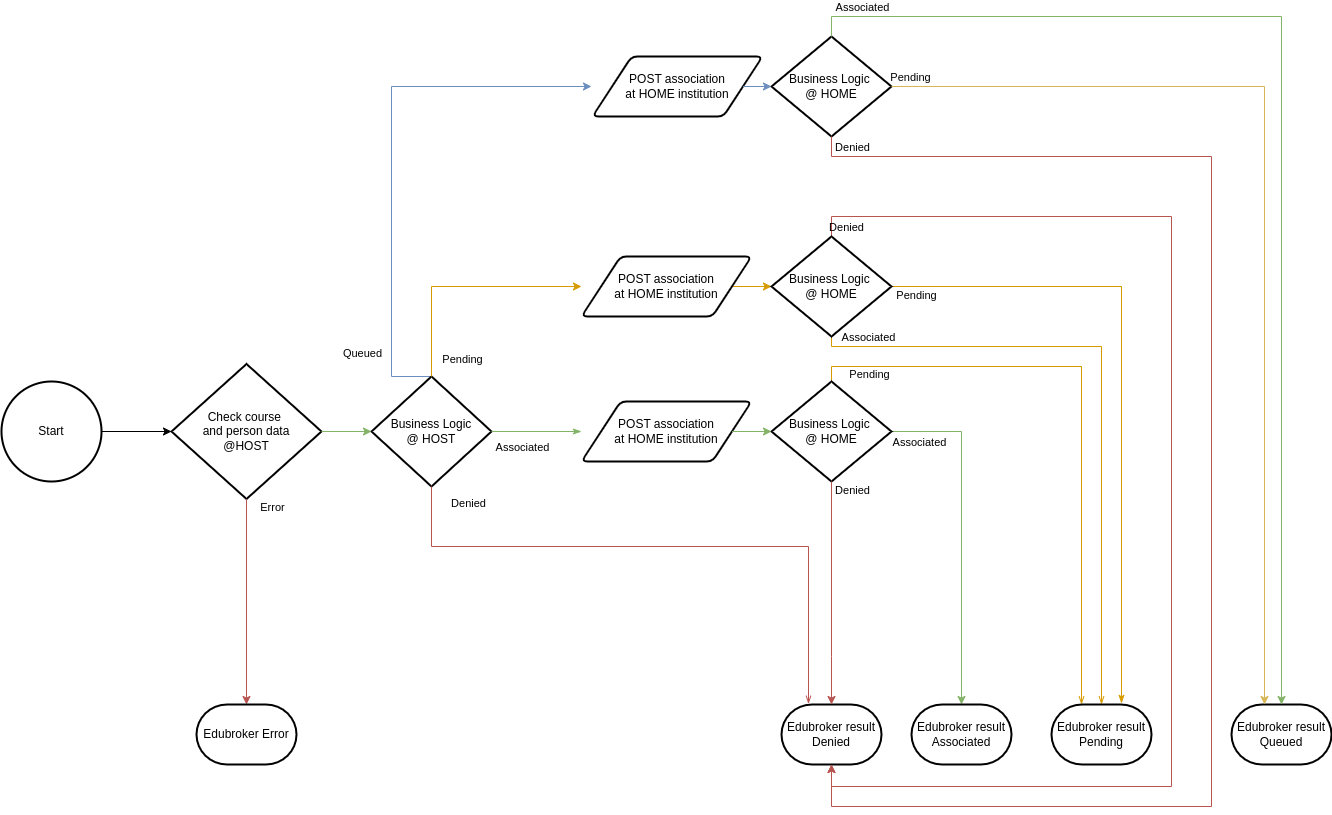
The draw.io diagram images/inschrijven-gastinstelling-EN.drawio.png in SURFnet/eduxchange-eu-tech-docs, before a commit. Source tidied: cells renumbered, new cells last; positions are measured from the earlier drawing's top-left corner, leaving out a move shared by most shapes. Source of this version:
```xml
<mxGraphModel>
  <root>
    <mxCell id="0" />
    <mxCell id="1" parent="0" />
    <mxCell id="2" value="Start" style="strokeWidth=2;html=1;shape=mxgraph.flowchart.start_2;whiteSpace=wrap;" parent="1" vertex="1">
      <mxGeometry y="345" width="100" height="100" as="geometry" />
    </mxCell>
    <mxCell id="3" value="&lt;div&gt;Check course&amp;nbsp;&lt;/div&gt;&lt;div&gt;and person data&lt;/div&gt;&lt;div&gt;@HOST&lt;br&gt;&lt;/div&gt;" style="strokeWidth=2;html=1;shape=mxgraph.flowchart.decision;whiteSpace=wrap;" parent="1" vertex="1">
      <mxGeometry x="170" y="327.5" width="150" height="135" as="geometry" />
    </mxCell>
    <mxCell id="4" style="edgeStyle=orthogonalEdgeStyle;rounded=0;jettySize=auto;html=1;entryX=0;entryY=0.5;entryDx=0;entryDy=0;entryPerimeter=0;fillColor=#ffe6cc;strokeColor=#d79b00;" parent="1" edge="1" source="27" target="20">
      <mxGeometry relative="1" as="geometry">
        <Array as="points">
          <mxPoint x="647" y="250" />
        </Array>
      </mxGeometry>
    </mxCell>
    <mxCell id="5" style="edgeStyle=orthogonalEdgeStyle;rounded=0;orthogonalLoop=1;jettySize=auto;html=1;fillColor=#dae8fc;strokeColor=#6c8ebf;" parent="1" edge="1">
      <mxGeometry relative="1" as="geometry">
        <mxPoint x="430" y="340" as="sourcePoint" />
        <mxPoint x="590" y="50" as="targetPoint" />
        <Array as="points">
          <mxPoint x="390" y="340" />
          <mxPoint x="390" y="50" />
          <mxPoint x="590" y="50" />
        </Array>
      </mxGeometry>
    </mxCell>
    <mxCell id="6" value="Queued" style="edgeLabel;html=1;align=center;verticalAlign=middle;" parent="5" vertex="1">
      <mxGeometry x="-0.27" y="-4" relative="1" as="geometry">
        <mxPoint x="-34" y="129" as="offset" />
      </mxGeometry>
    </mxCell>
    <mxCell id="7" value="&lt;div&gt;Business Logic&lt;/div&gt;&lt;div&gt;@ HOST&lt;/div&gt;" style="strokeWidth=2;html=1;shape=mxgraph.flowchart.decision;whiteSpace=wrap;" parent="1" vertex="1">
      <mxGeometry x="370" y="340" width="120" height="110" as="geometry" />
    </mxCell>
    <mxCell id="8" style="edgeStyle=orthogonalEdgeStyle;rounded=0;jettySize=auto;html=1;entryX=0.5;entryY=0;entryDx=0;entryDy=0;entryPerimeter=0;fillColor=#d5e8d4;strokeColor=#82b366;" parent="1" edge="1" source="12" target="34">
      <mxGeometry relative="1" as="geometry">
        <Array as="points">
          <mxPoint x="960" y="395" />
        </Array>
      </mxGeometry>
    </mxCell>
    <mxCell id="9" value="Associated" style="edgeLabel;html=1;align=center;verticalAlign=middle;labelBackgroundColor=none;" parent="8" vertex="1">
      <mxGeometry x="-0.41" y="-1" relative="1" as="geometry">
        <mxPoint x="-42" y="-20" as="offset" />
      </mxGeometry>
    </mxCell>
    <mxCell id="10" style="edgeStyle=orthogonalEdgeStyle;rounded=0;jettySize=auto;html=1;entryX=0.3;entryY=0;entryDx=0;entryDy=0;entryPerimeter=0;endArrow=openThin;endFill=0;fillColor=#ffe6cc;strokeColor=#d79b00;exitX=0.5;exitY=0;exitDx=0;exitDy=0;exitPerimeter=0;" parent="1" edge="1" source="12" target="35">
      <mxGeometry relative="1" as="geometry">
        <Array as="points">
          <mxPoint x="830" y="330" />
          <mxPoint x="1080" y="330" />
        </Array>
      </mxGeometry>
    </mxCell>
    <mxCell id="11" value="Pending" style="edgeLabel;html=1;align=center;verticalAlign=middle;labelBackgroundColor=none;" parent="10" vertex="1">
      <mxGeometry x="-0.69" y="-7" relative="1" as="geometry">
        <mxPoint x="-40" as="offset" />
      </mxGeometry>
    </mxCell>
    <mxCell id="12" value="&lt;div&gt;Business Logic&amp;nbsp;&lt;/div&gt;&lt;div&gt;@ HOME&lt;/div&gt;" style="strokeWidth=2;html=1;shape=mxgraph.flowchart.decision;whiteSpace=wrap;" parent="1" vertex="1">
      <mxGeometry x="770" y="345" width="120" height="100" as="geometry" />
    </mxCell>
    <mxCell id="13" value="&lt;div&gt;Edubroker result&lt;/div&gt;&lt;div&gt;Denied&lt;br&gt;&lt;/div&gt;" style="strokeWidth=2;html=1;shape=mxgraph.flowchart.terminator;whiteSpace=wrap;" parent="1" vertex="1">
      <mxGeometry x="780" y="668" width="100" height="60" as="geometry" />
    </mxCell>
    <mxCell id="14" style="edgeStyle=orthogonalEdgeStyle;rounded=0;jettySize=auto;html=1;entryX=0.5;entryY=1;entryDx=0;entryDy=0;entryPerimeter=0;fillColor=#f8cecc;strokeColor=#b85450;exitX=0.5;exitY=0;exitDx=0;exitDy=0;exitPerimeter=0;" parent="1" edge="1" source="20" target="13">
      <mxGeometry relative="1" as="geometry">
        <Array as="points">
          <mxPoint x="830" y="180" />
          <mxPoint x="1170" y="180" />
          <mxPoint x="1170" y="750" />
          <mxPoint x="830" y="750" />
        </Array>
      </mxGeometry>
    </mxCell>
    <mxCell id="15" value="Denied" style="edgeLabel;html=1;align=center;verticalAlign=middle;labelBackgroundColor=none;" parent="14" vertex="1">
      <mxGeometry x="-0.9" y="-4" relative="1" as="geometry">
        <mxPoint x="-31" y="6" as="offset" />
      </mxGeometry>
    </mxCell>
    <mxCell id="16" style="edgeStyle=orthogonalEdgeStyle;rounded=0;jettySize=auto;html=1;entryX=0.5;entryY=0;entryDx=0;entryDy=0;entryPerimeter=0;endArrow=openThin;endFill=0;exitX=0.5;exitY=1;exitDx=0;exitDy=0;exitPerimeter=0;fillColor=#ffe6cc;strokeColor=#d79b00;" parent="1" edge="1" source="20" target="35">
      <mxGeometry relative="1" as="geometry">
        <Array as="points">
          <mxPoint x="830" y="310" />
          <mxPoint x="1100" y="310" />
        </Array>
      </mxGeometry>
    </mxCell>
    <mxCell id="17" value="Associated" style="edgeLabel;html=1;align=center;verticalAlign=middle;labelBackgroundColor=none;" parent="16" vertex="1">
      <mxGeometry x="-0.87" y="-2" relative="1" as="geometry">
        <mxPoint x="5" y="-12" as="offset" />
      </mxGeometry>
    </mxCell>
    <mxCell id="18" style="edgeStyle=orthogonalEdgeStyle;rounded=0;jettySize=auto;html=1;entryX=0.7;entryY=-0.017;entryDx=0;entryDy=0;endArrow=classicThin;endFill=1;entryPerimeter=0;fillColor=#ffe6cc;strokeColor=#d79b00;" parent="1" edge="1" source="20" target="35">
      <mxGeometry relative="1" as="geometry" />
    </mxCell>
    <mxCell id="19" value="Pending" style="edgeLabel;html=1;align=center;verticalAlign=middle;labelBackgroundColor=none;" parent="18" vertex="1">
      <mxGeometry x="-0.47" y="1" relative="1" as="geometry">
        <mxPoint x="-147" y="9" as="offset" />
      </mxGeometry>
    </mxCell>
    <mxCell id="20" value="&lt;div&gt;Business Logic&amp;nbsp;&lt;/div&gt;&lt;div&gt;@ HOME&lt;/div&gt;" style="strokeWidth=2;html=1;shape=mxgraph.flowchart.decision;whiteSpace=wrap;" parent="1" vertex="1">
      <mxGeometry x="770" y="200" width="120" height="100" as="geometry" />
    </mxCell>
    <mxCell id="21" style="edgeStyle=orthogonalEdgeStyle;rounded=0;jettySize=auto;html=1;entryX=0.27;entryY=-0.011;entryDx=0;entryDy=0;endArrow=openThin;endFill=0;entryPerimeter=0;exitX=0.5;exitY=1;exitDx=0;exitDy=0;exitPerimeter=0;fillColor=#f8cecc;strokeColor=#b85450;" parent="1" edge="1" source="7" target="13">
      <mxGeometry relative="1" as="geometry">
        <Array as="points">
          <mxPoint x="430" y="510" />
          <mxPoint x="807" y="510" />
        </Array>
      </mxGeometry>
    </mxCell>
    <mxCell id="22" value="Denied" style="edgeLabel;html=1;align=center;verticalAlign=middle;labelBackgroundColor=none;" parent="21" vertex="1">
      <mxGeometry x="-0.78" y="-1" relative="1" as="geometry">
        <mxPoint x="31" y="-45" as="offset" />
      </mxGeometry>
    </mxCell>
    <mxCell id="23" style="edgeStyle=orthogonalEdgeStyle;rounded=0;jettySize=auto;html=1;entryX=0;entryY=0.5;entryDx=0;entryDy=0;entryPerimeter=0;" parent="1" edge="1" source="2" target="3">
      <mxGeometry relative="1" as="geometry" />
    </mxCell>
    <mxCell id="24" style="edgeStyle=orthogonalEdgeStyle;rounded=0;jettySize=auto;html=1;entryX=0;entryY=0.5;entryDx=0;entryDy=0;entryPerimeter=0;fillColor=#d5e8d4;strokeColor=#82b366;" parent="1" edge="1" source="3" target="7">
      <mxGeometry relative="1" as="geometry" />
    </mxCell>
    <mxCell id="25" style="edgeStyle=orthogonalEdgeStyle;rounded=0;jettySize=auto;html=1;entryX=0;entryY=0.5;entryDx=0;entryDy=0;entryPerimeter=0;fillColor=#ffe6cc;strokeColor=#d79b00;" parent="1" edge="1" source="7" target="27">
      <mxGeometry relative="1" as="geometry">
        <Array as="points">
          <mxPoint x="430" y="250" />
        </Array>
      </mxGeometry>
    </mxCell>
    <mxCell id="26" value="Pending" style="edgeLabel;html=1;align=center;verticalAlign=middle;labelBackgroundColor=none;" parent="25" vertex="1">
      <mxGeometry x="-0.77" y="-4" relative="1" as="geometry">
        <mxPoint x="26" y="10" as="offset" />
      </mxGeometry>
    </mxCell>
    <mxCell id="27" value="&lt;div&gt;POST association&lt;/div&gt;&lt;div&gt;at HOME institution&lt;/div&gt;" style="shape=parallelogram;html=1;strokeWidth=2;perimeter=parallelogramPerimeter;whiteSpace=wrap;rounded=1;arcSize=12;size=0.23;fillColor=default;" parent="1" vertex="1">
      <mxGeometry x="580" y="220" width="170" height="60" as="geometry" />
    </mxCell>
    <mxCell id="28" style="edgeStyle=orthogonalEdgeStyle;rounded=0;jettySize=auto;html=1;entryX=0;entryY=0.5;entryDx=0;entryDy=0;entryPerimeter=0;endArrow=classicThin;endFill=1;labelBackgroundColor=none;fillColor=#d5e8d4;strokeColor=#82b366;" parent="1" edge="1" source="7" target="30">
      <mxGeometry x="-0.59" y="-25" relative="1" as="geometry" />
    </mxCell>
    <mxCell id="29" value="Associated" style="edgeLabel;html=1;align=center;verticalAlign=middle;" parent="28" vertex="1">
      <mxGeometry x="-0.29" y="-1" relative="1" as="geometry">
        <mxPoint x="-2" y="14" as="offset" />
      </mxGeometry>
    </mxCell>
    <mxCell id="30" value="&lt;div&gt;POST association&lt;/div&gt;&lt;div&gt;at HOME institution&lt;/div&gt;" style="shape=parallelogram;html=1;strokeWidth=2;perimeter=parallelogramPerimeter;whiteSpace=wrap;rounded=1;arcSize=12;size=0.23;fillColor=default;" parent="1" vertex="1">
      <mxGeometry x="580" y="365" width="170" height="60" as="geometry" />
    </mxCell>
    <mxCell id="31" style="edgeStyle=orthogonalEdgeStyle;rounded=0;jettySize=auto;html=1;entryX=0.5;entryY=0;entryDx=0;entryDy=0;entryPerimeter=0;fillColor=#f8cecc;strokeColor=#b85450;" parent="1" edge="1" source="12" target="13">
      <mxGeometry relative="1" as="geometry">
        <Array as="points">
          <mxPoint x="830" y="620" />
          <mxPoint x="830" y="620" />
        </Array>
      </mxGeometry>
    </mxCell>
    <mxCell id="32" value="&lt;div&gt;Denied&lt;/div&gt;" style="edgeLabel;html=1;align=center;verticalAlign=middle;" parent="31" vertex="1">
      <mxGeometry x="-0.13" y="-2" relative="1" as="geometry">
        <mxPoint x="22" y="-89" as="offset" />
      </mxGeometry>
    </mxCell>
    <mxCell id="33" style="edgeStyle=orthogonalEdgeStyle;rounded=0;jettySize=auto;html=1;exitX=1;exitY=0.5;exitDx=0;exitDy=0;entryX=0;entryY=0.5;entryDx=0;entryDy=0;entryPerimeter=0;fillColor=#d5e8d4;strokeColor=#82b366;" parent="1" edge="1" source="30" target="12">
      <mxGeometry relative="1" as="geometry" />
    </mxCell>
    <mxCell id="34" value="&lt;div&gt;Edubroker result&lt;/div&gt;&lt;div&gt;Associated&lt;/div&gt;" style="strokeWidth=2;html=1;shape=mxgraph.flowchart.terminator;whiteSpace=wrap;" parent="1" vertex="1">
      <mxGeometry x="910" y="668" width="100" height="60" as="geometry" />
    </mxCell>
    <mxCell id="35" value="&lt;div&gt;Edubroker result&lt;/div&gt;&lt;div&gt;Pending&lt;br&gt;&lt;/div&gt;" style="strokeWidth=2;html=1;shape=mxgraph.flowchart.terminator;whiteSpace=wrap;" parent="1" vertex="1">
      <mxGeometry x="1050" y="668" width="100" height="60" as="geometry" />
    </mxCell>
    <mxCell id="36" style="edgeStyle=orthogonalEdgeStyle;rounded=0;jettySize=auto;html=1;entryX=0.5;entryY=0;entryDx=0;entryDy=0;entryPerimeter=0;exitX=0.5;exitY=1;exitDx=0;exitDy=0;exitPerimeter=0;fillColor=#f8cecc;strokeColor=#b85450;" parent="1" edge="1" source="3" target="38">
      <mxGeometry relative="1" as="geometry" />
    </mxCell>
    <mxCell id="37" value="Error" style="edgeLabel;html=1;align=center;verticalAlign=middle;labelBackgroundColor=none;" parent="36" vertex="1">
      <mxGeometry x="-0.89" y="4" relative="1" as="geometry">
        <mxPoint x="21" y="-4" as="offset" />
      </mxGeometry>
    </mxCell>
    <mxCell id="38" value="&lt;div&gt;Edubroker Error&lt;br&gt;&lt;/div&gt;" style="strokeWidth=2;html=1;shape=mxgraph.flowchart.terminator;whiteSpace=wrap;" parent="1" vertex="1">
      <mxGeometry x="195" y="668" width="100" height="60" as="geometry" />
    </mxCell>
    <mxCell id="39" value="&lt;div&gt;Edubroker result&lt;/div&gt;&lt;div&gt;Queued&lt;br&gt;&lt;/div&gt;" style="strokeWidth=2;html=1;shape=mxgraph.flowchart.terminator;whiteSpace=wrap;" parent="1" vertex="1">
      <mxGeometry x="1230" y="668" width="100" height="60" as="geometry" />
    </mxCell>
    <mxCell id="40" value="&lt;div&gt;POST association&lt;/div&gt;&lt;div&gt;at HOME institution&lt;/div&gt;" style="shape=parallelogram;html=1;strokeWidth=2;perimeter=parallelogramPerimeter;whiteSpace=wrap;rounded=1;arcSize=12;size=0.23;fillColor=default;" parent="1" vertex="1">
      <mxGeometry x="591" y="20" width="170" height="60" as="geometry" />
    </mxCell>
    <mxCell id="41" value="&lt;div&gt;Business Logic&amp;nbsp;&lt;/div&gt;&lt;div&gt;@ HOME&lt;/div&gt;" style="strokeWidth=2;html=1;shape=mxgraph.flowchart.decision;whiteSpace=wrap;" parent="1" vertex="1">
      <mxGeometry x="770" width="120" height="100" as="geometry" />
    </mxCell>
    <mxCell id="42" style="edgeStyle=orthogonalEdgeStyle;rounded=0;jettySize=auto;html=1;entryX=0.5;entryY=1;entryDx=0;entryDy=0;entryPerimeter=0;fillColor=#f8cecc;strokeColor=#b85450;exitX=0.5;exitY=1;exitDx=0;exitDy=0;exitPerimeter=0;" parent="1" edge="1" source="41" target="13">
      <mxGeometry relative="1" as="geometry">
        <Array as="points">
          <mxPoint x="830" y="120" />
          <mxPoint x="1210" y="120" />
          <mxPoint x="1210" y="770" />
          <mxPoint x="830" y="770" />
        </Array>
      </mxGeometry>
    </mxCell>
    <mxCell id="43" value="Denied" style="edgeLabel;html=1;align=center;verticalAlign=middle;" parent="42" vertex="1">
      <mxGeometry x="-0.98" y="-3" relative="1" as="geometry">
        <mxPoint x="23" y="-2" as="offset" />
      </mxGeometry>
    </mxCell>
    <mxCell id="44" style="edgeStyle=orthogonalEdgeStyle;rounded=0;jettySize=auto;html=1;entryX=0.5;entryY=0;entryDx=0;entryDy=0;entryPerimeter=0;exitX=0.5;exitY=0;exitDx=0;exitDy=0;exitPerimeter=0;fillColor=#d5e8d4;strokeColor=#82b366;" parent="1" edge="1" source="41" target="39">
      <mxGeometry relative="1" as="geometry" />
    </mxCell>
    <mxCell id="45" value="&lt;span style=&quot;background-color: rgb(251, 251, 251);&quot;&gt;Associated&lt;/span&gt;" style="edgeLabel;html=1;align=center;verticalAlign=middle;" parent="44" vertex="1">
      <mxGeometry x="-0.88" y="4" relative="1" as="geometry">
        <mxPoint x="-18" y="-6" as="offset" />
      </mxGeometry>
    </mxCell>
    <mxCell id="46" style="edgeStyle=orthogonalEdgeStyle;rounded=0;jettySize=auto;html=1;exitX=1;exitY=0.5;exitDx=0;exitDy=0;entryX=0;entryY=0.5;entryDx=0;entryDy=0;entryPerimeter=0;fillColor=#dae8fc;strokeColor=#6c8ebf;" parent="1" edge="1" source="40" target="41">
      <mxGeometry relative="1" as="geometry" />
    </mxCell>
    <mxCell id="47" style="edgeStyle=orthogonalEdgeStyle;rounded=0;jettySize=auto;html=1;entryX=0.33;entryY=0;entryDx=0;entryDy=0;entryPerimeter=0;fillColor=#fff2cc;strokeColor=#d6b656;" parent="1" edge="1" source="41" target="39">
      <mxGeometry relative="1" as="geometry" />
    </mxCell>
    <mxCell id="48" value="Pending" style="edgeLabel;html=1;align=center;verticalAlign=middle;" parent="47" vertex="1">
      <mxGeometry x="-0.96" y="4" relative="1" as="geometry">
        <mxPoint x="-1" y="-6" as="offset" />
      </mxGeometry>
    </mxCell>
  </root>
</mxGraphModel>
```
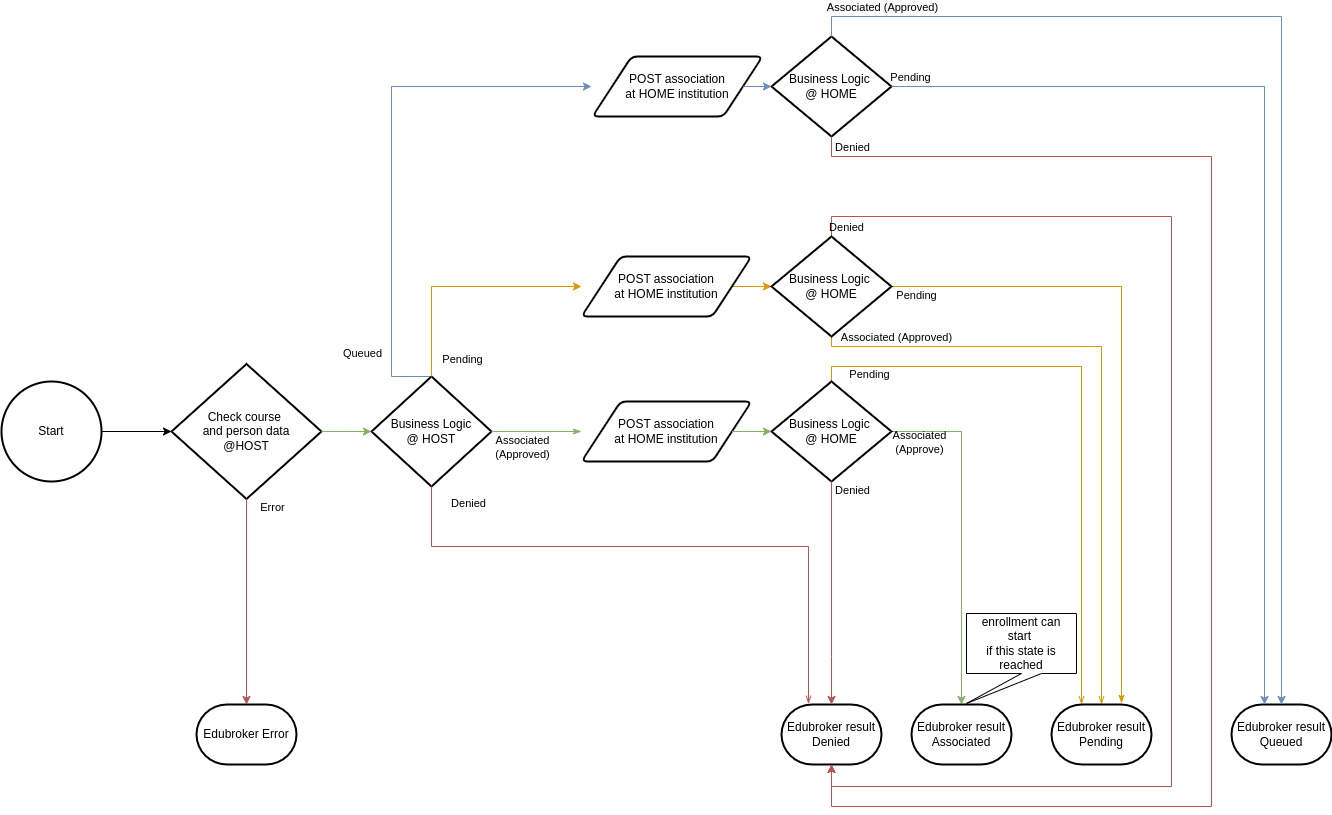
The same file after the commit.

Change to the diagram source:
```diff
@@ -41,7 +41,7 @@
         </Array>
       </mxGeometry>
     </mxCell>
-    <mxCell id="9" value="Associated" style="edgeLabel;html=1;align=center;verticalAlign=middle;labelBackgroundColor=none;" parent="8" vertex="1">
+    <mxCell id="9" value="Associated&lt;br&gt;(Approve)" style="edgeLabel;html=1;align=center;verticalAlign=middle;labelBackgroundColor=none;" parent="8" vertex="1">
       <mxGeometry x="-0.41" y="-1" relative="1" as="geometry">
         <mxPoint x="-42" y="-20" as="offset" />
       </mxGeometry>
@@ -88,9 +88,9 @@
         </Array>
       </mxGeometry>
     </mxCell>
-    <mxCell id="17" value="Associated" style="edgeLabel;html=1;align=center;verticalAlign=middle;labelBackgroundColor=none;" parent="16" vertex="1">
+    <mxCell id="17" value="Associated (Approved)" style="edgeLabel;html=1;align=center;verticalAlign=middle;labelBackgroundColor=none;" parent="16" vertex="1">
       <mxGeometry x="-0.87" y="-2" relative="1" as="geometry">
-        <mxPoint x="5" y="-12" as="offset" />
+        <mxPoint x="33" y="-12" as="offset" />
       </mxGeometry>
     </mxCell>
     <mxCell id="18" style="edgeStyle=orthogonalEdgeStyle;rounded=0;jettySize=auto;html=1;entryX=0.7;entryY=-0.017;entryDx=0;entryDy=0;endArrow=classicThin;endFill=1;entryPerimeter=0;fillColor=#ffe6cc;strokeColor=#d79b00;" parent="1" edge="1" source="20" target="35">
@@ -141,7 +141,7 @@
     <mxCell id="28" style="edgeStyle=orthogonalEdgeStyle;rounded=0;jettySize=auto;html=1;entryX=0;entryY=0.5;entryDx=0;entryDy=0;entryPerimeter=0;endArrow=classicThin;endFill=1;labelBackgroundColor=none;fillColor=#d5e8d4;strokeColor=#82b366;" parent="1" edge="1" source="7" target="30">
       <mxGeometry x="-0.59" y="-25" relative="1" as="geometry" />
     </mxCell>
-    <mxCell id="29" value="Associated" style="edgeLabel;html=1;align=center;verticalAlign=middle;" parent="28" vertex="1">
+    <mxCell id="29" value="Associated&lt;br&gt;(Approved)" style="edgeLabel;html=1;align=center;verticalAlign=middle;" parent="28" vertex="1">
       <mxGeometry x="-0.29" y="-1" relative="1" as="geometry">
         <mxPoint x="-2" y="14" as="offset" />
       </mxGeometry>
@@ -206,18 +206,18 @@
         <mxPoint x="23" y="-2" as="offset" />
       </mxGeometry>
     </mxCell>
-    <mxCell id="44" style="edgeStyle=orthogonalEdgeStyle;rounded=0;jettySize=auto;html=1;entryX=0.5;entryY=0;entryDx=0;entryDy=0;entryPerimeter=0;exitX=0.5;exitY=0;exitDx=0;exitDy=0;exitPerimeter=0;fillColor=#d5e8d4;strokeColor=#82b366;" parent="1" edge="1" source="41" target="39">
+    <mxCell id="44" style="edgeStyle=orthogonalEdgeStyle;rounded=0;jettySize=auto;html=1;entryX=0.5;entryY=0;entryDx=0;entryDy=0;entryPerimeter=0;exitX=0.5;exitY=0;exitDx=0;exitDy=0;exitPerimeter=0;fillColor=#dae8fc;strokeColor=#6c8ebf;" parent="1" edge="1" source="41" target="39">
       <mxGeometry relative="1" as="geometry" />
     </mxCell>
-    <mxCell id="45" value="&lt;span style=&quot;background-color: rgb(251, 251, 251);&quot;&gt;Associated&lt;/span&gt;" style="edgeLabel;html=1;align=center;verticalAlign=middle;" parent="44" vertex="1">
+    <mxCell id="45" value="&lt;span style=&quot;background-color: rgb(251, 251, 251);&quot;&gt;Associated (Approved)&lt;/span&gt;" style="edgeLabel;html=1;align=center;verticalAlign=middle;" parent="44" vertex="1">
       <mxGeometry x="-0.88" y="4" relative="1" as="geometry">
-        <mxPoint x="-18" y="-6" as="offset" />
+        <mxPoint x="2" y="-6" as="offset" />
       </mxGeometry>
     </mxCell>
     <mxCell id="46" style="edgeStyle=orthogonalEdgeStyle;rounded=0;jettySize=auto;html=1;exitX=1;exitY=0.5;exitDx=0;exitDy=0;entryX=0;entryY=0.5;entryDx=0;entryDy=0;entryPerimeter=0;fillColor=#dae8fc;strokeColor=#6c8ebf;" parent="1" edge="1" source="40" target="41">
       <mxGeometry relative="1" as="geometry" />
     </mxCell>
-    <mxCell id="47" style="edgeStyle=orthogonalEdgeStyle;rounded=0;jettySize=auto;html=1;entryX=0.33;entryY=0;entryDx=0;entryDy=0;entryPerimeter=0;fillColor=#fff2cc;strokeColor=#d6b656;" parent="1" edge="1" source="41" target="39">
+    <mxCell id="47" style="edgeStyle=orthogonalEdgeStyle;rounded=0;jettySize=auto;html=1;entryX=0.33;entryY=0;entryDx=0;entryDy=0;entryPerimeter=0;fillColor=#dae8fc;strokeColor=#6c8ebf;" parent="1" edge="1" source="41" target="39">
       <mxGeometry relative="1" as="geometry" />
     </mxCell>
     <mxCell id="48" value="Pending" style="edgeLabel;html=1;align=center;verticalAlign=middle;" parent="47" vertex="1">
@@ -225,5 +225,8 @@
         <mxPoint x="-1" y="-6" as="offset" />
       </mxGeometry>
     </mxCell>
+    <mxCell id="49" value="enrollment can start&amp;nbsp;&lt;br&gt;if this state is reached" style="shape=callout;whiteSpace=wrap;html=1;perimeter=calloutPerimeter;position2=0;" parent="1" vertex="1">
+      <mxGeometry x="965" y="577" width="110" height="90" as="geometry" />
+    </mxCell>
   </root>
 </mxGraphModel>
```
